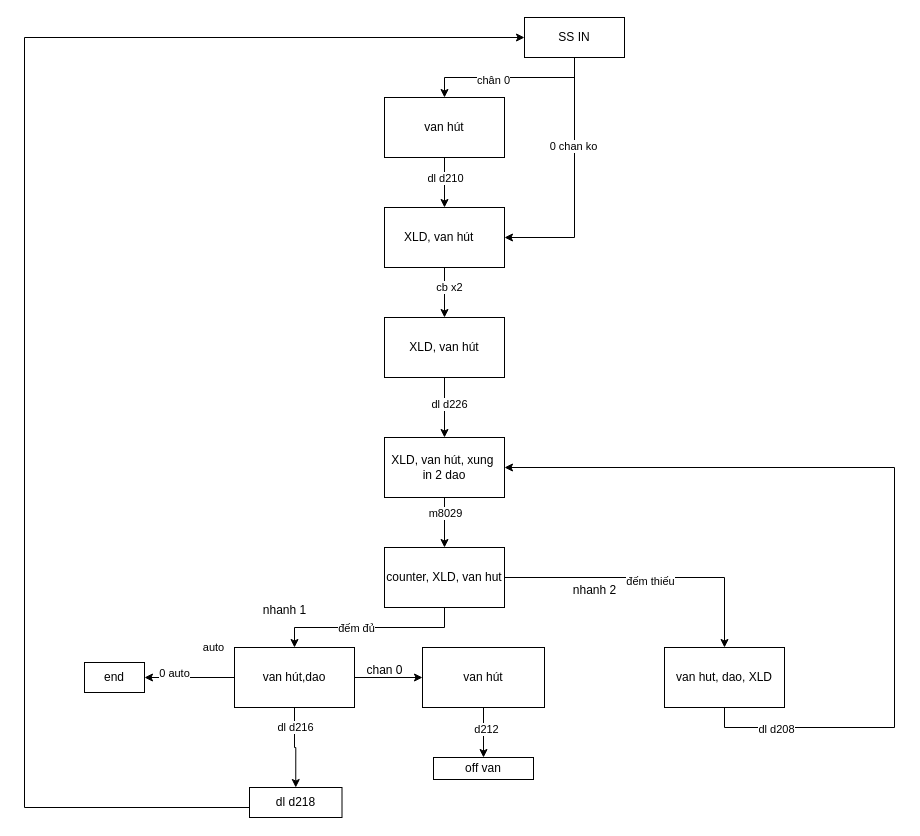
The draw.io diagram 2 dao.drawio in robowindgit/a0-quyencun, before the edit. Source tidied: cells renumbered, new cells numbered last; positions are measured from the earlier drawing's top-left corner, leaving out a move shared by most shapes. Both pictures are drawn from the tidied source at 100%, with x=0, y=0 at pixel (24, 17).
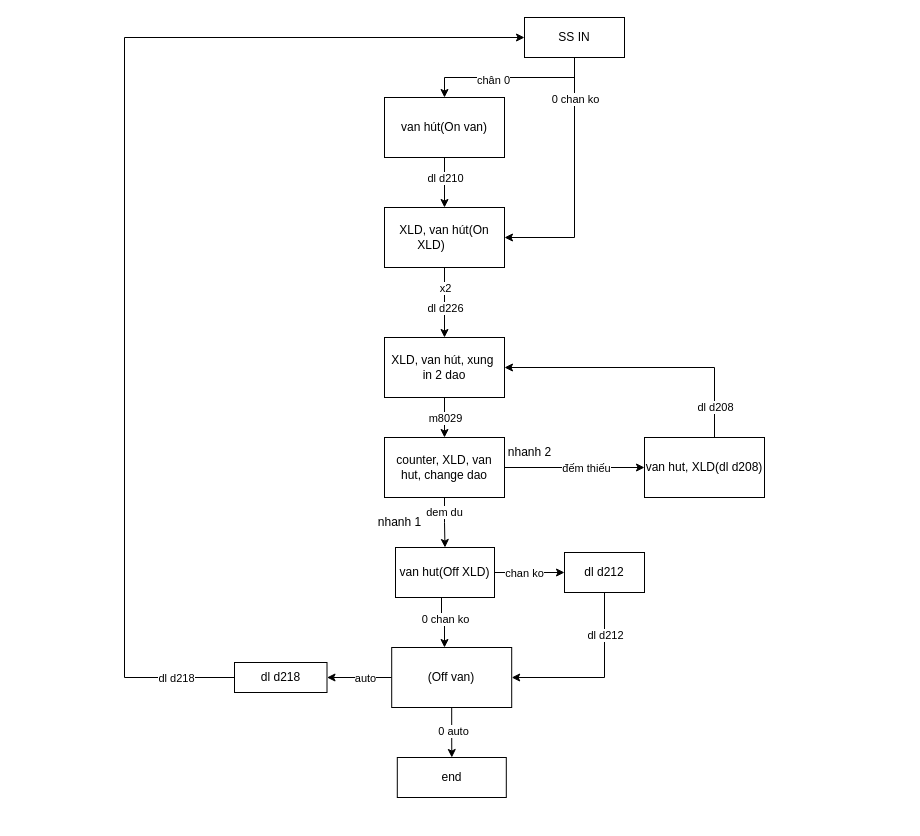
The same page after the edit.

Commit message:
Cập nhật 2 dao.drawio

The change refers to these unchanged cells:
```xml
<mxCell id="4" style="edgeStyle=orthogonalEdgeStyle;rounded=0;jettySize=auto;html=1;exitX=0.5;exitY=1;exitDx=0;exitDy=0;entryX=1;entryY=0.5;entryDx=0;entryDy=0;" parent="1" edge="1" source="6" target="12">
  <mxGeometry relative="1" as="geometry" />
</mxCell>
<mxCell id="6" value="SS IN" style="whiteSpace=wrap;html=1;" parent="1" vertex="1">
  <mxGeometry x="500" width="100" height="40" as="geometry" />
</mxCell>
<mxCell id="16" style="edgeStyle=orthogonalEdgeStyle;rounded=0;jettySize=auto;html=1;exitX=0.5;exitY=1;exitDx=0;exitDy=0;entryX=0.5;entryY=0;entryDx=0;entryDy=0;" parent="1" edge="1" source="18" target="23">
  <mxGeometry relative="1" as="geometry" />
</mxCell>
```

Diff of the diagram source:
```diff
@@
     <mxCell id="5" value="0 chan ko" style="edgeLabel;html=1;align=center;verticalAlign=middle;" parent="4" vertex="1">
-      <mxGeometry x="-0.3" y="-2" relative="1" as="geometry" />
+      <mxGeometry x="-0.3" y="-2" relative="1" as="geometry">
+        <mxPoint x="2" y="-47" as="offset" />
+      </mxGeometry>
     </mxCell>
@@
-    <mxCell id="9" value="van hút" style="whiteSpace=wrap;html=1;" parent="1" vertex="1">
+    <mxCell id="9" value="van hút(On van)" style="whiteSpace=wrap;html=1;" parent="1" vertex="1">
       <mxGeometry x="360" y="80" width="120" height="60" as="geometry" />
     </mxCell>
-    <mxCell id="10" style="edgeStyle=orthogonalEdgeStyle;rounded=0;jettySize=auto;html=1;exitX=0.5;exitY=1;exitDx=0;exitDy=0;entryX=0.5;entryY=0;entryDx=0;entryDy=0;" parent="1" edge="1" source="12" target="15">
-      <mxGeometry relative="1" as="geometry" />
-    </mxCell>
-    <mxCell id="11" value="cb x2" style="edgeLabel;html=1;align=center;verticalAlign=middle;" parent="10" vertex="1">
-      <mxGeometry x="-0.23" y="4" relative="1" as="geometry" />
-    </mxCell>
+    <mxCell id="44" style="edgeStyle=orthogonalEdgeStyle;rounded=0;jettySize=auto;html=1;exitX=0.5;exitY=1;exitDx=0;exitDy=0;entryX=0.5;entryY=0;entryDx=0;entryDy=0;" parent="1" edge="1" source="12" target="18">
+      <mxGeometry relative="1" as="geometry" />
+    </mxCell>
+    <mxCell id="45" value="x2" style="edgeLabel;html=1;align=center;verticalAlign=middle;" parent="44" vertex="1">
+      <mxGeometry x="-0.57" y="-2" relative="1" as="geometry">
+        <mxPoint x="2" y="5" as="offset" />
+      </mxGeometry>
+    </mxCell>
+    <mxCell id="14" value="dl d226" style="edgeLabel;html=1;align=center;verticalAlign=middle;" parent="44" vertex="1">
+      <mxGeometry x="0.01" y="2" relative="1" as="geometry">
+        <mxPoint x="-2" y="5" as="offset" />
+      </mxGeometry>
+    </mxCell>
-    <mxCell id="12" value="XLD, van hút&lt;span style=&quot;white-space: pre;&quot;&gt;&#9;&lt;/span&gt;" style="whiteSpace=wrap;html=1;" parent="1" vertex="1">
+    <mxCell id="12" value="XLD, van hút(On XLD)&lt;span style=&quot;white-space: pre;&quot;&gt;&#9;&lt;/span&gt;" style="whiteSpace=wrap;html=1;" parent="1" vertex="1">
       <mxGeometry x="360" y="190" width="120" height="60" as="geometry" />
     </mxCell>
-    <mxCell id="13" style="edgeStyle=orthogonalEdgeStyle;rounded=0;jettySize=auto;html=1;exitX=0.5;exitY=1;exitDx=0;exitDy=0;entryX=0.5;entryY=0;entryDx=0;entryDy=0;" parent="1" edge="1" source="15" target="18">
-      <mxGeometry relative="1" as="geometry" />
-    </mxCell>
-    <mxCell id="14" value="dl d226" style="edgeLabel;html=1;align=center;verticalAlign=middle;" parent="13" vertex="1">
-      <mxGeometry x="-0.13" y="4" relative="1" as="geometry" />
-    </mxCell>
-    <mxCell id="15" value="XLD, van hút" style="whiteSpace=wrap;html=1;" parent="1" vertex="1">
-      <mxGeometry x="360" y="300" width="120" height="60" as="geometry" />
-    </mxCell>
@@
     <mxCell id="17" value="m8029" style="edgeLabel;html=1;align=center;verticalAlign=middle;" parent="16" vertex="1">
-      <mxGeometry x="-0.42" relative="1" as="geometry" />
+      <mxGeometry x="-0.42" relative="1" as="geometry">
+        <mxPoint y="8" as="offset" />
+      </mxGeometry>
     </mxCell>
     <mxCell id="18" value="XLD, van hút, xung&amp;nbsp; in 2 dao" style="whiteSpace=wrap;html=1;" parent="1" vertex="1">
-      <mxGeometry x="360" y="420" width="120" height="60" as="geometry" />
+      <mxGeometry x="360" y="320" width="120" height="60" as="geometry" />
     </mxCell>
-    <mxCell id="19" style="edgeStyle=orthogonalEdgeStyle;rounded=0;jettySize=auto;html=1;exitX=0.5;exitY=1;exitDx=0;exitDy=0;" parent="1" edge="1" source="23" target="29">
-      <mxGeometry relative="1" as="geometry" />
-    </mxCell>
-    <mxCell id="20" value="đếm đủ" style="edgeLabel;html=1;align=center;verticalAlign=middle;" parent="19" vertex="1">
-      <mxGeometry x="0.15" relative="1" as="geometry" />
-    </mxCell>
-    <mxCell id="21" style="edgeStyle=orthogonalEdgeStyle;rounded=0;jettySize=auto;html=1;exitX=1;exitY=0.5;exitDx=0;exitDy=0;entryX=0.5;entryY=0;entryDx=0;entryDy=0;" parent="1" edge="1" source="23" target="35">
+    <mxCell id="21" style="edgeStyle=orthogonalEdgeStyle;rounded=0;jettySize=auto;html=1;exitX=1;exitY=0.5;exitDx=0;exitDy=0;entryX=0;entryY=0.5;entryDx=0;entryDy=0;" parent="1" edge="1" source="23" target="35">
       <mxGeometry relative="1" as="geometry" />
     </mxCell>
     <mxCell id="22" value="đếm thiếu" style="edgeLabel;html=1;align=center;verticalAlign=middle;" parent="21" vertex="1">
-      <mxGeometry y="-3" relative="1" as="geometry" />
+      <mxGeometry y="-3" relative="1" as="geometry">
+        <mxPoint x="11" y="-3" as="offset" />
+      </mxGeometry>
     </mxCell>
+    <mxCell id="46" style="edgeStyle=orthogonalEdgeStyle;rounded=0;jettySize=auto;html=1;exitX=0.5;exitY=1;exitDx=0;exitDy=0;entryX=0.5;entryY=0;entryDx=0;entryDy=0;" parent="1" edge="1" source="23" target="53">
+      <mxGeometry relative="1" as="geometry" />
+    </mxCell>
+    <mxCell id="47" value="dem du" style="edgeLabel;html=1;align=center;verticalAlign=middle;" parent="46" vertex="1">
+      <mxGeometry x="-0.43" y="-1" relative="1" as="geometry" />
+    </mxCell>
-    <mxCell id="23" value="counter, XLD, van hut" style="whiteSpace=wrap;html=1;" parent="1" vertex="1">
-      <mxGeometry x="360" y="530" width="120" height="60" as="geometry" />
+    <mxCell id="23" value="counter, XLD, van hut, change dao" style="whiteSpace=wrap;html=1;" parent="1" vertex="1">
+      <mxGeometry x="360" y="420" width="120" height="60" as="geometry" />
     </mxCell>
-    <mxCell id="24" style="edgeStyle=orthogonalEdgeStyle;rounded=0;jettySize=auto;html=1;exitX=0.5;exitY=1;exitDx=0;exitDy=0;entryX=0.5;entryY=0;entryDx=0;entryDy=0;" parent="1" edge="1" source="29" target="40">
+    <mxCell id="24" style="edgeStyle=orthogonalEdgeStyle;rounded=0;jettySize=auto;html=1;exitX=0;exitY=0.5;exitDx=0;exitDy=0;entryX=1;entryY=0.5;entryDx=0;entryDy=0;" parent="1" edge="1" source="29" target="40">
       <mxGeometry relative="1" as="geometry" />
     </mxCell>
-    <mxCell id="25" value="dl d216" style="edgeLabel;html=1;align=center;verticalAlign=middle;" parent="24" vertex="1">
-      <mxGeometry x="-0.35" y="2" relative="1" as="geometry">
-        <mxPoint x="-2" y="-7" as="offset" />
-      </mxGeometry>
-    </mxCell>
-    <mxCell id="26" style="edgeStyle=orthogonalEdgeStyle;rounded=0;jettySize=auto;html=1;exitX=1;exitY=0.5;exitDx=0;exitDy=0;entryX=0;entryY=0.5;entryDx=0;entryDy=0;" parent="1" edge="1" source="29" target="32">
-      <mxGeometry relative="1" as="geometry" />
-    </mxCell>
+    <mxCell id="39" value="auto" style="edgeLabel;html=1;align=center;verticalAlign=middle;" parent="24" vertex="1">
+      <mxGeometry x="-0.15" relative="1" as="geometry" />
+    </mxCell>
-    <mxCell id="27" style="edgeStyle=orthogonalEdgeStyle;rounded=0;jettySize=auto;html=1;exitX=0;exitY=0.5;exitDx=0;exitDy=0;entryX=1;entryY=0.5;entryDx=0;entryDy=0;" parent="1" edge="1" source="29" target="43">
+    <mxCell id="27" style="edgeStyle=orthogonalEdgeStyle;rounded=0;jettySize=auto;html=1;exitX=0.5;exitY=1;exitDx=0;exitDy=0;entryX=0.5;entryY=0;entryDx=0;entryDy=0;" parent="1" edge="1" source="29" target="43">
       <mxGeometry relative="1" as="geometry" />
     </mxCell>
     <mxCell id="28" value="0 auto" style="edgeLabel;html=1;align=center;verticalAlign=middle;" parent="27" vertex="1">
-      <mxGeometry x="0.36" y="-5" relative="1" as="geometry" />
+      <mxGeometry x="-0.1" y="1" relative="1" as="geometry" />
     </mxCell>
-    <mxCell id="29" value="van hút,dao" style="whiteSpace=wrap;html=1;" parent="1" vertex="1">
-      <mxGeometry x="210" y="630" width="120" height="60" as="geometry" />
+    <mxCell id="29" value="(Off van)" style="whiteSpace=wrap;html=1;" parent="1" vertex="1">
+      <mxGeometry x="367.2" y="630" width="120" height="60" as="geometry" />
     </mxCell>
-    <mxCell id="30" style="edgeStyle=orthogonalEdgeStyle;rounded=0;jettySize=auto;html=1;exitX=0.5;exitY=1;exitDx=0;exitDy=0;" parent="1" edge="1" source="32" target="37">
-      <mxGeometry relative="1" as="geometry" />
-    </mxCell>
-    <mxCell id="31" value="d212" style="edgeLabel;html=1;align=center;verticalAlign=middle;" parent="30" vertex="1">
-      <mxGeometry x="-0.17" y="2" relative="1" as="geometry" />
-    </mxCell>
-    <mxCell id="32" value="van hút" style="whiteSpace=wrap;html=1;" parent="1" vertex="1">
-      <mxGeometry x="398" y="630" width="122" height="60" as="geometry" />
-    </mxCell>
-    <mxCell id="33" style="edgeStyle=orthogonalEdgeStyle;rounded=0;jettySize=auto;html=1;exitX=0.5;exitY=1;exitDx=0;exitDy=0;entryX=1;entryY=0.5;entryDx=0;entryDy=0;" parent="1" edge="1" source="35" target="18">
+    <mxCell id="33" style="edgeStyle=orthogonalEdgeStyle;rounded=0;jettySize=auto;html=1;exitX=0.5;exitY=0;exitDx=0;exitDy=0;entryX=1;entryY=0.5;entryDx=0;entryDy=0;" parent="1" edge="1" source="35" target="18">
       <mxGeometry relative="1" as="geometry">
         <Array as="points">
-          <mxPoint x="700" y="710" />
-          <mxPoint x="870" y="710" />
-          <mxPoint x="870" y="450" />
+          <mxPoint x="690" y="350" />
         </Array>
       </mxGeometry>
     </mxCell>
     <mxCell id="34" value="dl d208" style="edgeLabel;html=1;align=center;verticalAlign=middle;" parent="33" vertex="1">
-      <mxGeometry x="-0.83" y="-1" relative="1" as="geometry" />
+      <mxGeometry x="-0.83" y="-1" relative="1" as="geometry">
+        <mxPoint x="-1" y="-16" as="offset" />
+      </mxGeometry>
     </mxCell>
-    <mxCell id="35" value="van hut, dao, XLD" style="whiteSpace=wrap;html=1;" parent="1" vertex="1">
-      <mxGeometry x="640" y="630" width="120" height="60" as="geometry" />
+    <mxCell id="35" value="van hut, XLD(dl d208)" style="whiteSpace=wrap;html=1;" parent="1" vertex="1">
+      <mxGeometry x="620" y="420" width="120" height="60" as="geometry" />
     </mxCell>
     <mxCell id="36" value="nhanh 1" style="text;html=1;align=center;verticalAlign=middle;strokeColor=none;fillColor=none;" parent="1" vertex="1">
-      <mxGeometry x="225" y="578" width="70" height="30" as="geometry" />
+      <mxGeometry x="340" y="490" width="70" height="30" as="geometry" />
     </mxCell>
-    <mxCell id="37" value="off van" style="whiteSpace=wrap;html=1;" parent="1" vertex="1">
-      <mxGeometry x="409" y="740" width="100" height="22" as="geometry" />
-    </mxCell>
+    <mxCell id="48" style="edgeStyle=orthogonalEdgeStyle;rounded=0;jettySize=auto;html=1;exitX=0.5;exitY=1;exitDx=0;exitDy=0;" parent="1" edge="1" source="53" target="29">
+      <mxGeometry relative="1" as="geometry">
+        <Array as="points">
+          <mxPoint x="417" y="600" />
+          <mxPoint x="420" y="600" />
+        </Array>
+      </mxGeometry>
+    </mxCell>
+    <mxCell id="49" value="0 chan ko" style="edgeLabel;html=1;align=center;verticalAlign=middle;" parent="48" vertex="1">
+      <mxGeometry x="-0.01" relative="1" as="geometry" />
+    </mxCell>
-    <mxCell id="38" style="edgeStyle=orthogonalEdgeStyle;rounded=0;jettySize=auto;html=1;exitX=0;exitY=0.75;exitDx=0;exitDy=0;entryX=0;entryY=0.5;entryDx=0;entryDy=0;" parent="1" edge="1" source="40" target="6">
+    <mxCell id="38" style="edgeStyle=orthogonalEdgeStyle;rounded=0;jettySize=auto;html=1;exitX=0;exitY=0.5;exitDx=0;exitDy=0;entryX=0;entryY=0.5;entryDx=0;entryDy=0;" parent="1" edge="1" source="40" target="6">
       <mxGeometry relative="1" as="geometry">
         <Array as="points">
-          <mxPoint x="225" y="790" />
-          <mxPoint y="790" />
-          <mxPoint y="20" />
+          <mxPoint x="100" y="660" />
+          <mxPoint x="100" y="20" />
         </Array>
       </mxGeometry>
     </mxCell>
-    <mxCell id="39" value="auto" style="edgeLabel;html=1;align=center;verticalAlign=middle;" parent="38" vertex="1">
-      <mxGeometry x="-0.89" y="3" relative="1" as="geometry">
-        <mxPoint x="43" y="-164" as="offset" />
-      </mxGeometry>
-    </mxCell>
+    <mxCell id="50" value="dl d218" style="edgeLabel;html=1;align=center;verticalAlign=middle;" parent="38" vertex="1">
+      <mxGeometry x="-0.83" y="2" relative="1" as="geometry">
+        <mxPoint x="39" y="-2" as="offset" />
+      </mxGeometry>
+    </mxCell>
     <mxCell id="40" value="dl d218" style="whiteSpace=wrap;html=1;" parent="1" vertex="1">
-      <mxGeometry x="225" y="770" width="92.5" height="30" as="geometry" />
+      <mxGeometry x="210" y="645" width="92.5" height="30" as="geometry" />
     </mxCell>
-    <mxCell id="41" value="chan 0" style="text;html=1;align=center;verticalAlign=middle;strokeColor=none;fillColor=none;" parent="1" vertex="1">
-      <mxGeometry x="330" y="638" width="60" height="30" as="geometry" />
-    </mxCell>
     <mxCell id="42" value="nhanh 2" style="text;html=1;align=center;verticalAlign=middle;strokeColor=none;fillColor=none;" parent="1" vertex="1">
-      <mxGeometry x="535" y="558" width="70" height="30" as="geometry" />
+      <mxGeometry x="470" y="420" width="70" height="30" as="geometry" />
     </mxCell>
+    <mxCell id="51" style="edgeStyle=orthogonalEdgeStyle;rounded=0;jettySize=auto;html=1;exitX=1;exitY=0.5;exitDx=0;exitDy=0;entryX=0;entryY=0.5;entryDx=0;entryDy=0;" parent="1" edge="1" source="53" target="56">
+      <mxGeometry relative="1" as="geometry" />
+    </mxCell>
+    <mxCell id="52" value="chan ko" style="edgeLabel;html=1;align=center;verticalAlign=middle;" parent="51" vertex="1">
+      <mxGeometry x="-0.39" y="3" relative="1" as="geometry">
+        <mxPoint x="8" y="3" as="offset" />
+      </mxGeometry>
+    </mxCell>
+    <mxCell id="53" value="van hut(Off XLD)" style="whiteSpace=wrap;html=1;" parent="1" vertex="1">
+      <mxGeometry x="371" y="530" width="99" height="50" as="geometry" />
+    </mxCell>
+    <mxCell id="54" style="edgeStyle=orthogonalEdgeStyle;rounded=0;jettySize=auto;html=1;exitX=0.5;exitY=1;exitDx=0;exitDy=0;entryX=1;entryY=0.5;entryDx=0;entryDy=0;" parent="1" edge="1" source="56" target="29">
+      <mxGeometry relative="1" as="geometry" />
+    </mxCell>
+    <mxCell id="55" value="dl d212" style="edgeLabel;html=1;align=center;verticalAlign=middle;" parent="54" vertex="1">
+      <mxGeometry x="-0.53" relative="1" as="geometry" />
+    </mxCell>
+    <mxCell id="56" value="dl d212" style="whiteSpace=wrap;html=1;" parent="1" vertex="1">
+      <mxGeometry x="540" y="535" width="80" height="40" as="geometry" />
+    </mxCell>
     <mxCell id="43" value="end" style="whiteSpace=wrap;html=1;" parent="1" vertex="1">
-      <mxGeometry x="60" y="645" width="60" height="30" as="geometry" />
+      <mxGeometry x="372.8" y="740" width="109" height="40" as="geometry" />
     </mxCell>
```
